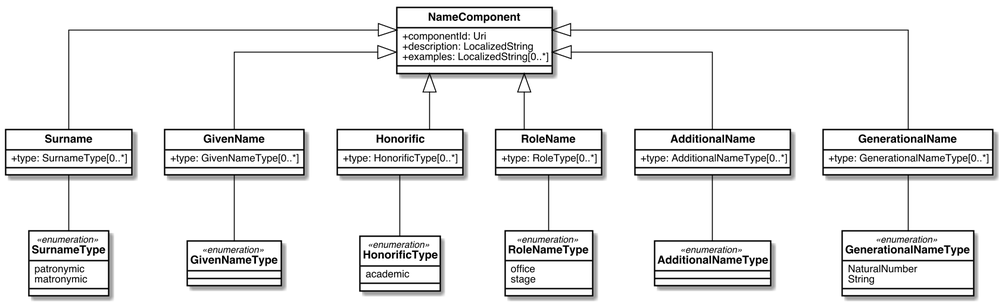
Earlier version of the PlantUML export images/name-components.png (CalConnect/cc-name-models). Source of this version:
```plantuml
@startuml


skinparam Dpi 150
skinparam Monochrome false
skinparam LineType ortho
hide circle
skinparam Default {
  TextAlignment center
  FontName Helvetica
}
skinparam Class {
  AttributeIconSize 0
  BackgroundColor White
  ArrowColor Black
  BorderColor Black
  FontStyle bold
  StereotypeFontSize 10
}
skinparam Rectangle {
  BackgroundColor White
  ArrowColor Black
  BorderColor Black
  FontStyle bold
  FontSize 11
  StereotypeFontSize 10
}
skinparam Object {
  BackgroundColor White
  ArrowColor Black
  BorderColor Black
  FontStyle bold
  FontSize 11
  StereotypeFontSize 10
}

skinparam Entity {
  StereotypeFontSize 10
}



class NameComponent {
  +componentId: Uri
  +description: LocalizedString
  +examples: LocalizedString[0..*]
}

class Surname {
  +type: SurnameType[0..*]
}
class GivenName {
  +type: GivenNameType[0..*]
}
class Honorific {
  +type: HonorificType[0..*]
}
class RoleName {
  +type: RoleType[0..*]
}
class AdditionalName {
  +type: AdditionalNameType[0..*]
}
class GenerationalName {
  +type: GenerationalNameType[0..*]
}

NameComponent <|-- Surname
NameComponent <|-- GivenName
NameComponent <|-- Honorific
NameComponent <|-- RoleName
NameComponent <|-- AdditionalName
NameComponent <|-- GenerationalName

Surname          -- SurnameType
GivenName        -- GivenNameType
Honorific        -- HonorificType
RoleName         -- RoleNameType
AdditionalName   -- AdditionalNameType
GenerationalName -- GenerationalNameType

enum RoleNameType <<enumeration>> {
  office
  stage
}

enum HonorificType <<enumeration>> {
  academic
}

enum SurnameType <<enumeration>> {
  patronymic
  matronymic
}

enum GivenNameType <<enumeration>> {
}

enum AdditionalNameType <<enumeration>> {
}

enum GenerationalNameType <<enumeration>> {
  NaturalNumber
  String
}

@enduml
```
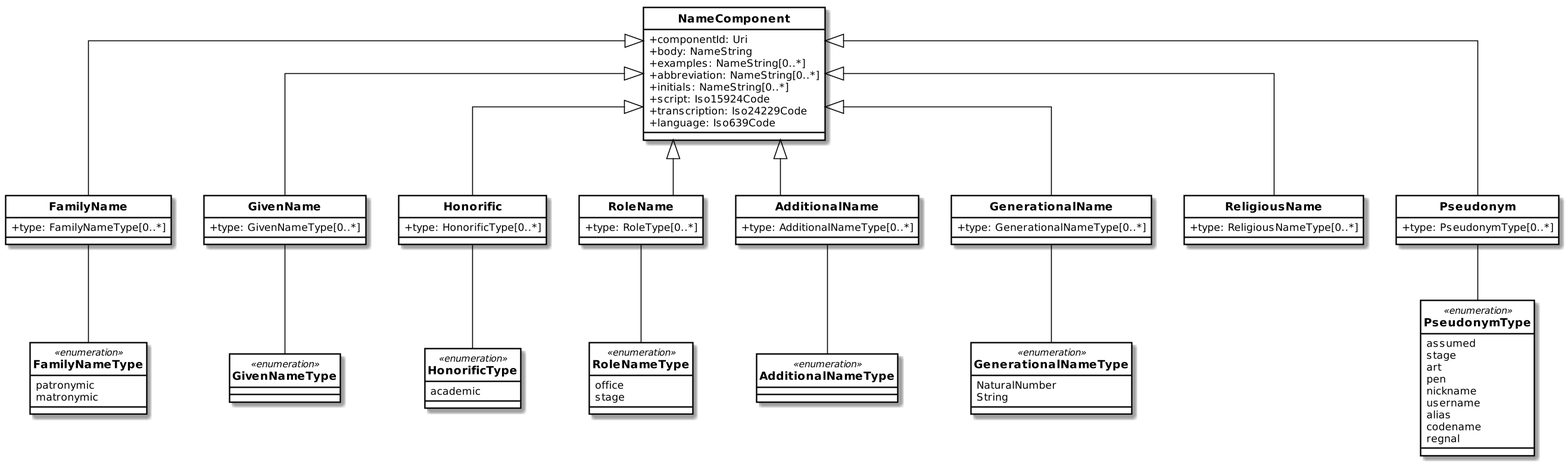
The same file after the commit.

Diff of the diagram source:
```diff
@@ -42,12 +42,17 @@
 
 class NameComponent {
   +componentId: Uri
-  +description: LocalizedString
-  +examples: LocalizedString[0..*]
+  +body: NameString
+  +examples: NameString[0..*]
+  +abbreviation: NameString[0..*]
+  +initials: NameString[0..*]
+  +script: Iso15924Code
+  +transcription: Iso24229Code
+  +language: Iso639Code
 }
 
-class Surname {
-  +type: SurnameType[0..*]
+class FamilyName {
+  +type: FamilyNameType[0..*]
 }
 class GivenName {
   +type: GivenNameType[0..*]
@@ -64,20 +69,29 @@
 class GenerationalName {
   +type: GenerationalNameType[0..*]
 }
+class ReligiousName {
+  +type: ReligiousNameType[0..*]
+}
+class Pseudonym {
+  +type: PseudonymType[0..*]
+}
 
-NameComponent <|-- Surname
+NameComponent <|-- FamilyName
 NameComponent <|-- GivenName
 NameComponent <|-- Honorific
 NameComponent <|-- RoleName
 NameComponent <|-- AdditionalName
 NameComponent <|-- GenerationalName
+NameComponent <|-- ReligiousName
+NameComponent <|-- Pseudonym
 
-Surname          -- SurnameType
+FamilyName       -- FamilyNameType
 GivenName        -- GivenNameType
 Honorific        -- HonorificType
 RoleName         -- RoleNameType
 AdditionalName   -- AdditionalNameType
 GenerationalName -- GenerationalNameType
+Pseudonym  -- PseudonymType
 
 enum RoleNameType <<enumeration>> {
   office
@@ -88,7 +102,7 @@
   academic
 }
 
-enum SurnameType <<enumeration>> {
+enum FamilyNameType <<enumeration>> {
   patronymic
   matronymic
 }
@@ -104,4 +118,16 @@
   String
 }
 
+enum PseudonymType <<enumeration>> {
+  assumed
+  stage
+  art
+  pen
+  nickname
+  username
+  alias
+  codename
+  regnal
+}
+
 @enduml
```
